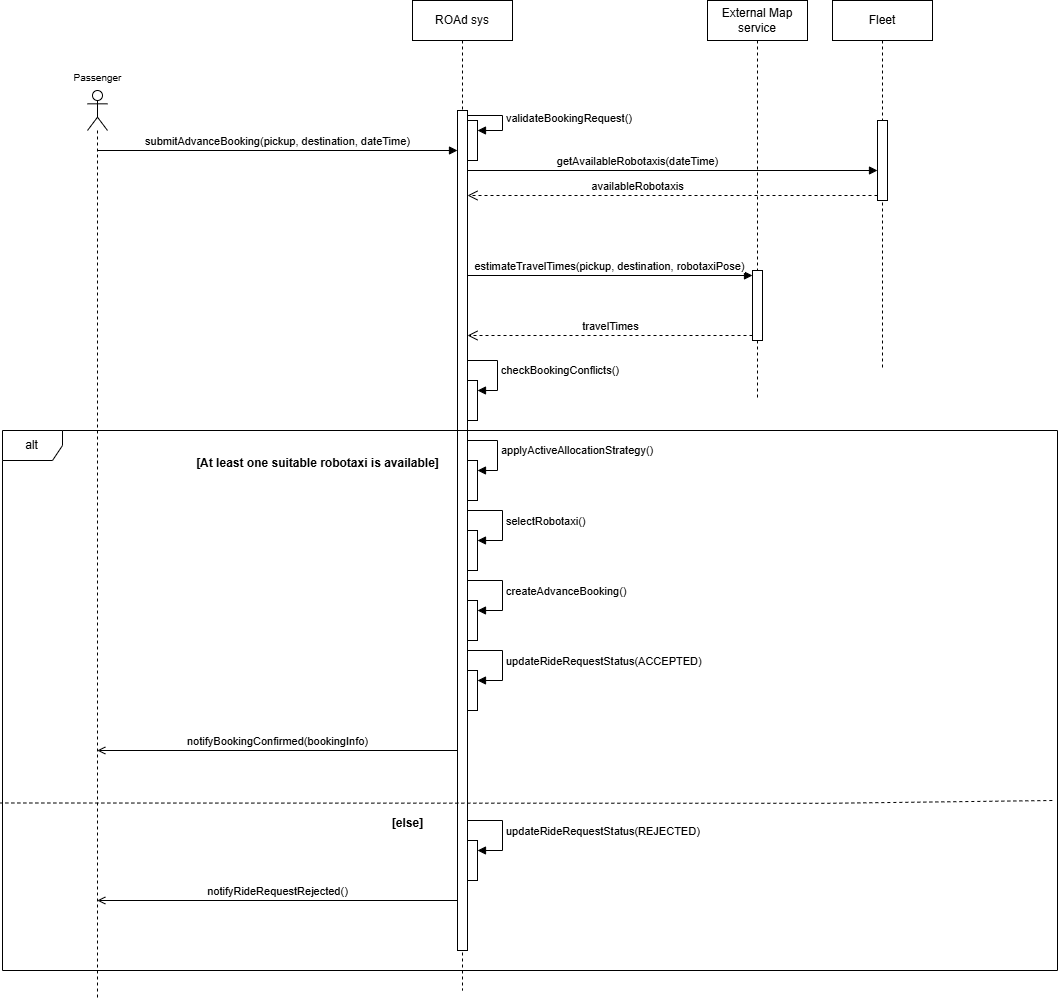
Earlier version of the draw.io export RASD/diagrams/sequence_diagrams/adavance_ride_booking.png (meggie-0/SE4A_ROAd_MargheritaBertipaglia_DavidCazzaniga_PasqualeIgnarra_Project). Source tidied: cells renumbered, new cells last; positions are measured from the earlier drawing's top-left corner, leaving out a move shared by most shapes.
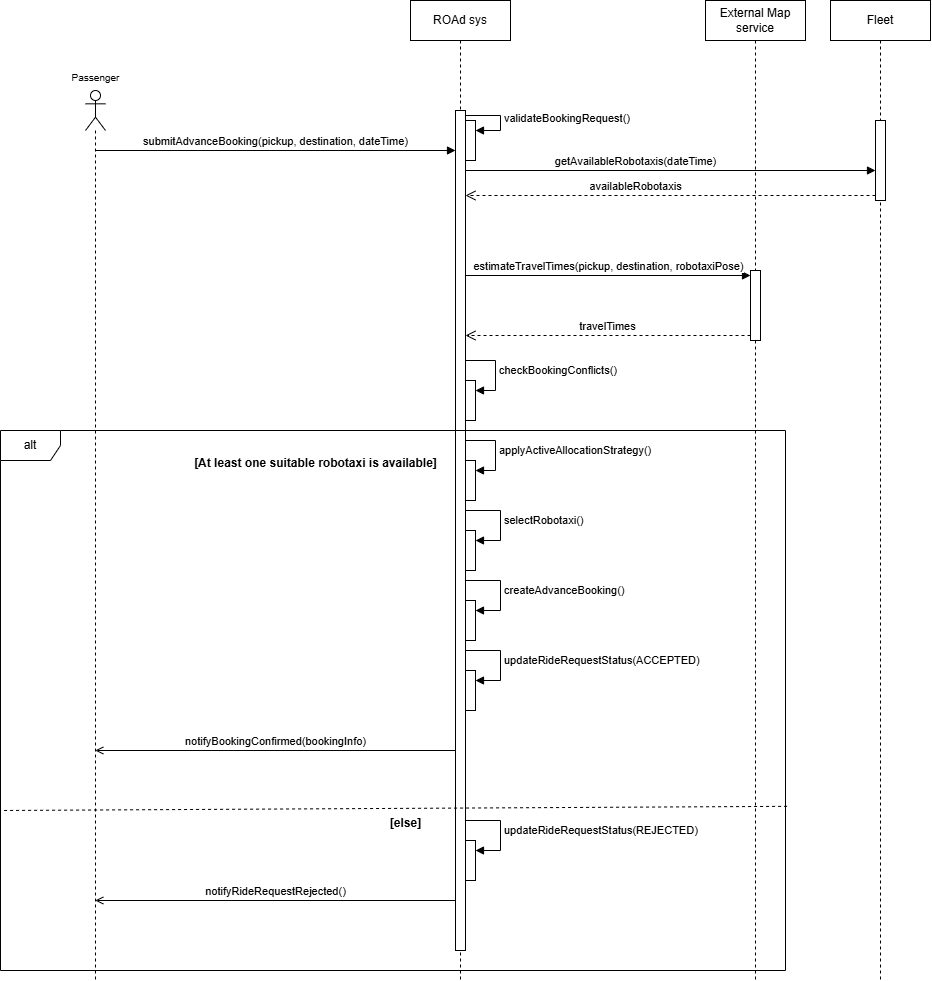
After the change.

The edit, as a diff of the source:
```diff
@@ -3,19 +3,19 @@
     <mxCell id="0" />
     <mxCell id="1" parent="0" />
     <mxCell id="2" value="Fleet" style="shape=umlLifeline;perimeter=lifelinePerimeter;whiteSpace=wrap;html=1;newEdgeStyle={&quot;curved&quot;:0,&quot;rounded&quot;:0};" parent="1" vertex="1">
-      <mxGeometry x="832" width="100" height="370" as="geometry" />
+      <mxGeometry x="832" width="100" height="980" as="geometry" />
     </mxCell>
     <mxCell id="3" style="html=1;points=[[0,0,0,0,5],[0,1,0,0,-5],[1,0,0,0,5],[1,1,0,0,-5]];perimeter=orthogonalPerimeter;outlineConnect=0;targetShapes=umlLifeline;portConstraint=eastwest;newEdgeStyle={&quot;curved&quot;:0,&quot;rounded&quot;:0};" parent="2" vertex="1">
       <mxGeometry x="45" y="120" width="10" height="80" as="geometry" />
     </mxCell>
     <mxCell id="4" value="External Map service" style="shape=umlLifeline;perimeter=lifelinePerimeter;whiteSpace=wrap;html=1;newEdgeStyle={&quot;curved&quot;:0,&quot;rounded&quot;:0};" parent="1" vertex="1">
-      <mxGeometry x="707" width="100" height="400" as="geometry" />
+      <mxGeometry x="707" width="100" height="980" as="geometry" />
     </mxCell>
     <mxCell id="5" style="html=1;points=[[0,0,0,0,5],[0,1,0,0,-5],[1,0,0,0,5],[1,1,0,0,-5]];perimeter=orthogonalPerimeter;outlineConnect=0;targetShapes=umlLifeline;portConstraint=eastwest;newEdgeStyle={&quot;curved&quot;:0,&quot;rounded&quot;:0};" parent="4" vertex="1">
       <mxGeometry x="45" y="270" width="10" height="70" as="geometry" />
     </mxCell>
     <mxCell id="6" value="ROAd sys" style="shape=umlLifeline;perimeter=lifelinePerimeter;whiteSpace=wrap;html=1;newEdgeStyle={&quot;curved&quot;:0,&quot;rounded&quot;:0};" parent="1" vertex="1">
-      <mxGeometry x="412" width="100" height="990" as="geometry" />
+      <mxGeometry x="412" width="100" height="980" as="geometry" />
     </mxCell>
     <mxCell id="7" style="html=1;points=[[0,0,0,0,5],[0,1,0,0,-5],[1,0,0,0,5],[1,1,0,0,-5]];perimeter=orthogonalPerimeter;outlineConnect=0;targetShapes=umlLifeline;portConstraint=eastwest;newEdgeStyle={&quot;curved&quot;:0,&quot;rounded&quot;:0};" parent="6" vertex="1">
       <mxGeometry x="55" y="120" width="10" height="40" as="geometry" />
@@ -44,7 +44,7 @@
       <mxGeometry x="55" y="380" width="10" height="40" as="geometry" />
     </mxCell>
     <mxCell id="12" style="shape=umlLifeline;verticalLabelPosition=bottom;verticalAlign=top;html=1;perimeter=lifelinePerimeter;whiteSpace=wrap;newEdgeStyle={&quot;curved&quot;:0,&quot;rounded&quot;:0};participant=umlActor;" parent="1" vertex="1">
-      <mxGeometry x="87" y="90" width="20" height="910" as="geometry" />
+      <mxGeometry x="87" y="90" width="20" height="890" as="geometry" />
     </mxCell>
     <mxCell id="13" value="submitAdvanceBooking(pickup, destination, dateTime)" style="html=1;verticalAlign=bottom;endArrow=block;curved=0;rounded=0;" parent="1" edge="1" target="8">
       <mxGeometry relative="1" as="geometry">
@@ -67,7 +67,7 @@
       <mxGeometry x="0.17" relative="1" as="geometry" />
     </mxCell>
     <mxCell id="18" value="alt" style="shape=umlFrame;whiteSpace=wrap;html=1;" parent="1" vertex="1">
-      <mxGeometry x="2" y="430" width="1055" height="540" as="geometry" />
+      <mxGeometry x="2" y="430" width="785" height="540" as="geometry" />
     </mxCell>
     <mxCell id="19" value="&lt;font style=&quot;font-size: 12px;&quot;&gt;[At least one suitable robotaxi is available]&lt;/font&gt;" style="text;align=center;fontStyle=1;verticalAlign=middle;spacingLeft=3;spacingRight=3;strokeColor=none;html=1;" parent="1" vertex="1">
       <mxGeometry x="277" y="450" width="80" height="26" as="geometry" />
@@ -126,15 +126,6 @@
         <mxPoint x="96.8" y="750" as="targetPoint" />
       </mxGeometry>
     </mxCell>
-    <mxCell id="30" style="html=1;verticalAlign=bottom;endArrow=none;dashed=1;endSize=8;curved=0;rounded=0;exitX=1;exitY=0.736;exitDx=0;exitDy=0;exitPerimeter=0;endFill=0;entryX=0.003;entryY=0.739;entryDx=0;entryDy=0;entryPerimeter=0;" parent="1" edge="1">
-      <mxGeometry relative="1" as="geometry">
-        <mxPoint x="1051.8" y="800" as="sourcePoint" />
-        <mxPoint y="802.5" as="targetPoint" />
-        <Array as="points">
-          <mxPoint x="826.8" y="802.8" />
-        </Array>
-      </mxGeometry>
-    </mxCell>
     <mxCell id="31" value="[else]" style="text;align=center;fontStyle=1;verticalAlign=middle;spacingLeft=3;spacingRight=3;strokeColor=none;html=1;" parent="1" vertex="1">
       <mxGeometry x="367" y="810" width="80" height="26" as="geometry" />
     </mxCell>
@@ -155,5 +146,10 @@
         <mxPoint x="96.8" y="900" as="targetPoint" />
       </mxGeometry>
     </mxCell>
+    <mxCell id="35" style="html=1;verticalAlign=bottom;endArrow=none;curved=0;rounded=0;endFill=0;exitX=1.002;exitY=0.696;exitDx=0;exitDy=0;exitPerimeter=0;dashed=1;" parent="1" edge="1" source="18">
+      <mxGeometry relative="1" as="geometry">
+        <mxPoint x="2" y="810" as="targetPoint" />
+      </mxGeometry>
+    </mxCell>
   </root>
 </mxGraphModel>
```
